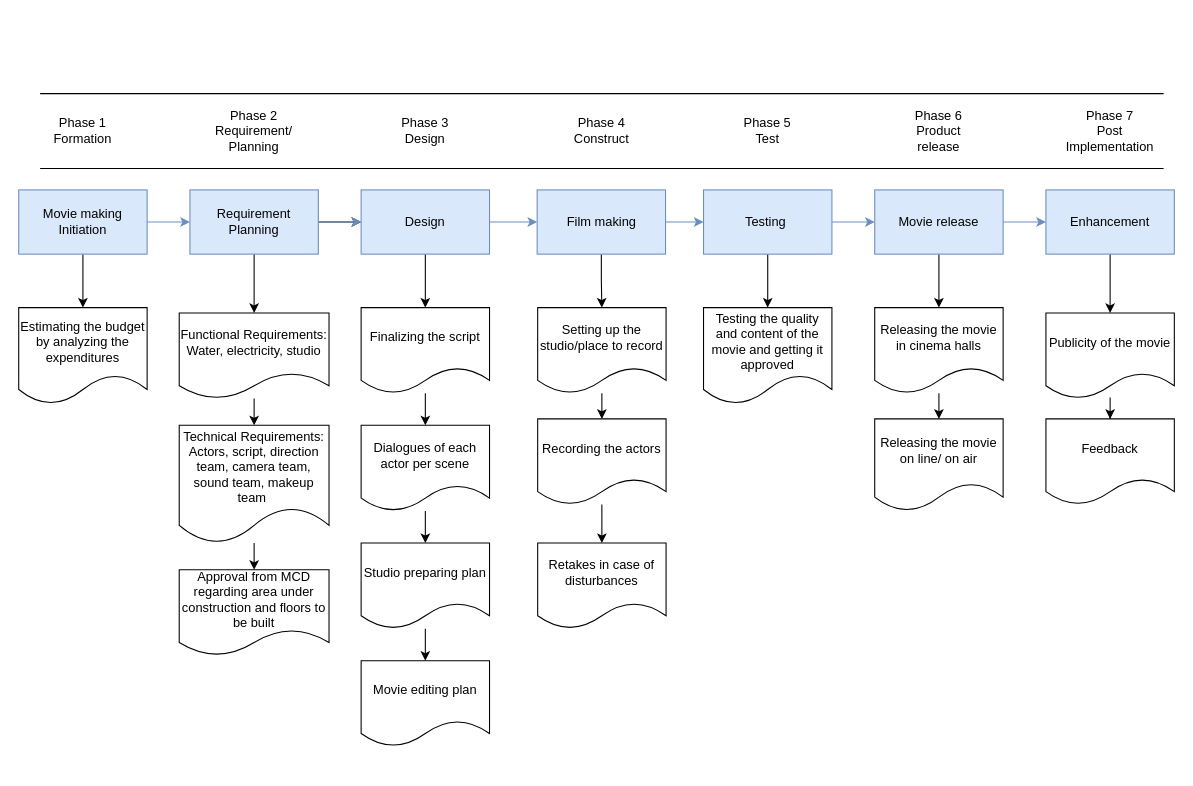
Dikshit28/SEPM_Dikshit19csu379 keeps this draw.io diagram as SDLC to make a movie.drawio. Above is the earlier version. Source tidied: cells renumbered, new cells numbered last; positions are measured from the earlier drawing's top-left corner, leaving out a move shared by most shapes. Both pictures are drawn from the tidied source at 107%, with x=0, y=0 at pixel (18, 93).
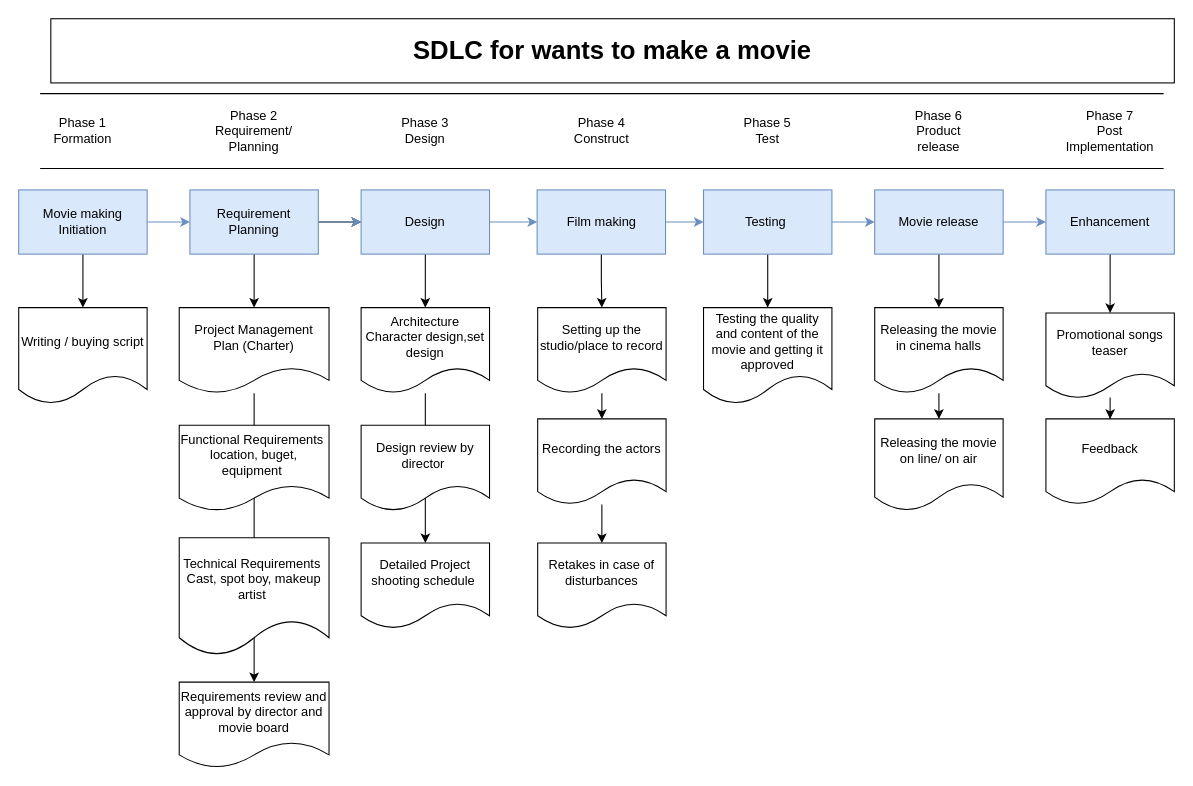
Above is the later version.

The change refers to these unchanged cells:
```xml
<mxCell id="8" value="Requirement&lt;br&gt;Planning" style="rounded=0;whiteSpace=wrap;html=1;fillColor=#dae8fc;strokeColor=#6c8ebf;" parent="1" vertex="1">
  <mxGeometry x="160" y="90" width="120" height="60" as="geometry" />
</mxCell>
```

What changed in the source:
```diff
@@
-    <mxCell id="6" style="edgeStyle=orthogonalEdgeStyle;rounded=0;jettySize=auto;html=1;" parent="1" edge="1" source="8" target="14">
-      <mxGeometry relative="1" as="geometry" />
-    </mxCell>
@@
+    <mxCell id="57" style="edgeStyle=orthogonalEdgeStyle;rounded=0;jettySize=auto;html=1;" parent="1" edge="1" source="8" target="60">
+      <mxGeometry relative="1" as="geometry" />
+    </mxCell>
@@
-    <mxCell id="12" value="Estimating the budget by analyzing the expenditures" style="shape=document;whiteSpace=wrap;html=1;boundedLbl=1;" parent="1" vertex="1">
+    <mxCell id="12" value="Writing / buying script" style="shape=document;whiteSpace=wrap;html=1;boundedLbl=1;" parent="1" vertex="1">
       <mxGeometry y="200" width="120" height="90" as="geometry" />
     </mxCell>
-    <mxCell id="13" style="edgeStyle=orthogonalEdgeStyle;rounded=0;jettySize=auto;html=1;" parent="1" edge="1" source="14" target="16">
-      <mxGeometry relative="1" as="geometry" />
-    </mxCell>
-    <mxCell id="14" value="Functional Requirements:&lt;br&gt;Water, electricity, studio" style="shape=document;whiteSpace=wrap;html=1;boundedLbl=1;rounded=0;" parent="1" vertex="1">
-      <mxGeometry x="150" y="205" width="140" height="80" as="geometry" />
-    </mxCell>
-    <mxCell id="15" style="edgeStyle=orthogonalEdgeStyle;rounded=0;jettySize=auto;html=1;" parent="1" edge="1" source="16" target="17">
-      <mxGeometry relative="1" as="geometry" />
-    </mxCell>
-    <mxCell id="16" value="Technical Requirements:&lt;br&gt;Actors, script, direction team, camera team, sound team, makeup team&amp;nbsp;" style="shape=document;whiteSpace=wrap;html=1;boundedLbl=1;rounded=0;" parent="1" vertex="1">
-      <mxGeometry x="150" y="310" width="140" height="110" as="geometry" />
-    </mxCell>
-    <mxCell id="17" value="Approval from MCD regarding area under construction and floors to be built" style="shape=document;whiteSpace=wrap;html=1;boundedLbl=1;rounded=0;" parent="1" vertex="1">
-      <mxGeometry x="150" y="445" width="140" height="80" as="geometry" />
+    <mxCell id="17" value="Requirements review and approval by director and movie board" style="shape=document;whiteSpace=wrap;html=1;boundedLbl=1;rounded=0;" parent="1" vertex="1">
+      <mxGeometry x="150" y="550" width="140" height="80" as="geometry" />
     </mxCell>
-    <mxCell id="18" style="edgeStyle=orthogonalEdgeStyle;rounded=0;jettySize=auto;html=1;" parent="1" edge="1" source="19" target="21">
-      <mxGeometry relative="1" as="geometry" />
-    </mxCell>
+    <mxCell id="58" style="edgeStyle=orthogonalEdgeStyle;rounded=0;jettySize=auto;html=1;entryX=0.5;entryY=0;entryDx=0;entryDy=0;" parent="1" edge="1" source="19" target="23">
+      <mxGeometry relative="1" as="geometry" />
+    </mxCell>
-    <mxCell id="19" value="Finalizing the script" style="shape=document;whiteSpace=wrap;html=1;boundedLbl=1;rounded=0;" parent="1" vertex="1">
+    <mxCell id="19" value="Architecture&lt;br&gt;Character design,set design" style="shape=document;whiteSpace=wrap;html=1;boundedLbl=1;rounded=0;" parent="1" vertex="1">
       <mxGeometry x="320" y="200" width="120" height="80" as="geometry" />
     </mxCell>
-    <mxCell id="20" style="edgeStyle=orthogonalEdgeStyle;rounded=0;jettySize=auto;html=1;" parent="1" edge="1" source="21" target="23">
-      <mxGeometry relative="1" as="geometry" />
-    </mxCell>
-    <mxCell id="21" value="Dialogues of each actor per scene" style="shape=document;whiteSpace=wrap;html=1;boundedLbl=1;rounded=0;" parent="1" vertex="1">
+    <mxCell id="21" value="Design review by director&amp;nbsp;" style="shape=document;whiteSpace=wrap;html=1;boundedLbl=1;rounded=0;" parent="1" vertex="1">
       <mxGeometry x="320" y="310" width="120" height="80" as="geometry" />
     </mxCell>
-    <mxCell id="22" style="edgeStyle=orthogonalEdgeStyle;rounded=0;jettySize=auto;html=1;" parent="1" edge="1" source="23" target="36">
-      <mxGeometry relative="1" as="geometry" />
-    </mxCell>
-    <mxCell id="23" value="Studio preparing plan" style="shape=document;whiteSpace=wrap;html=1;boundedLbl=1;rounded=0;" parent="1" vertex="1">
+    <mxCell id="23" value="Detailed Project&lt;br&gt;shooting schedule&amp;nbsp;" style="shape=document;whiteSpace=wrap;html=1;boundedLbl=1;rounded=0;" parent="1" vertex="1">
       <mxGeometry x="320" y="420" width="120" height="80" as="geometry" />
     </mxCell>
@@
-    <mxCell id="36" value="Movie editing plan" style="shape=document;whiteSpace=wrap;html=1;boundedLbl=1;rounded=0;" parent="1" vertex="1">
-      <mxGeometry x="320" y="530" width="120" height="80" as="geometry" />
-    </mxCell>
@@
-    <mxCell id="46" value="Publicity of the movie" style="shape=document;whiteSpace=wrap;html=1;boundedLbl=1;rounded=0;" parent="1" vertex="1">
+    <mxCell id="46" value="Promotional songs teaser" style="shape=document;whiteSpace=wrap;html=1;boundedLbl=1;rounded=0;" parent="1" vertex="1">
       <mxGeometry x="960" y="205" width="120" height="80" as="geometry" />
     </mxCell>
@@
+    <mxCell id="59" style="edgeStyle=orthogonalEdgeStyle;rounded=0;jettySize=auto;html=1;entryX=0.5;entryY=0;entryDx=0;entryDy=0;" parent="1" edge="1" source="60" target="17">
+      <mxGeometry relative="1" as="geometry" />
+    </mxCell>
+    <mxCell id="60" value="Project Management Plan (Charter)" style="shape=document;whiteSpace=wrap;html=1;boundedLbl=1;rounded=0;" parent="1" vertex="1">
+      <mxGeometry x="150" y="200" width="140" height="80" as="geometry" />
+    </mxCell>
+    <mxCell id="14" value="Functional Requirements&amp;nbsp;&lt;br&gt;location, buget, equipment&amp;nbsp;" style="shape=document;whiteSpace=wrap;html=1;boundedLbl=1;rounded=0;" parent="1" vertex="1">
+      <mxGeometry x="150" y="310" width="140" height="80" as="geometry" />
+    </mxCell>
+    <mxCell id="16" value="Technical Requirements&amp;nbsp;&lt;br&gt;Cast, spot boy, makeup artist&amp;nbsp;" style="shape=document;whiteSpace=wrap;html=1;boundedLbl=1;rounded=0;" parent="1" vertex="1">
+      <mxGeometry x="150" y="415" width="140" height="110" as="geometry" />
+    </mxCell>
+    <mxCell id="61" value="&lt;font style=&quot;font-size: 24px&quot;&gt;&lt;b&gt;SDLC for wants to make a movie&lt;/b&gt;&lt;/font&gt;" style="whiteSpace=wrap;html=1;fontSize=18;" parent="1" vertex="1">
+      <mxGeometry x="30" y="-70" width="1050" height="60" as="geometry" />
+    </mxCell>
```
